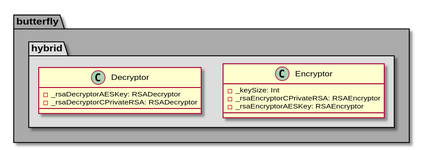
This is architecture/class_diagrams/crypto/hybrid.svg from bierschi/butterfly, a PlantUML export, as it was before one commit.
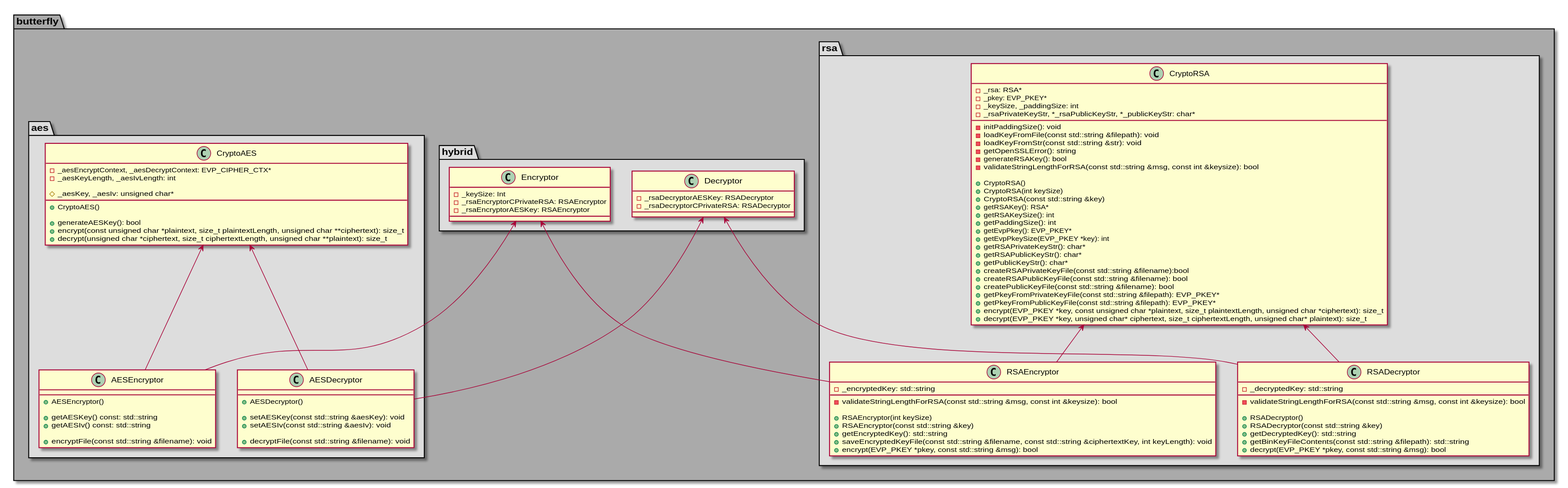
After the change.

Commit message:
Added new hybrid and rsa namespaces

Diff of the diagram source:
```diff
@@ -2,6 +2,115 @@
 
 package butterfly #AAAAAA
 {
+
+package aes #DDDDDD
+{
+
+class CryptoAES
+{
+    -_aesEncryptContext, _aesDecryptContext: EVP_CIPHER_CTX*
+    -_aesKeyLength, _aesIvLength: int
+
+    #_aesKey, _aesIv: unsigned char*
+
+    +CryptoAES()
+
+    +generateAESKey(): bool
+    +encrypt(const unsigned char *plaintext, size_t plaintextLength, unsigned char **ciphertext): size_t
+    +decrypt(unsigned char *ciphertext, size_t ciphertextLength, unsigned char **plaintext): size_t
+}
+
+class AESEncryptor
+{
+    +AESEncryptor()
+
+    +getAESKey() const: std::string
+    +getAESIv() const: std::string
+
+    +encryptFile(const std::string &filename): void
+
+}
+
+class AESDecryptor
+{
+    +AESDecryptor()
+
+    +setAESKey(const std::string &aesKey): void
+    +setAESIv(const std::string &aesIv): void
+
+    +decryptFile(const std::string &filename): void
+}
+
+CryptoAES <-- AESEncryptor
+CryptoAES <-- AESDecryptor
+}
+
+package rsa #DDDDDD
+{
+
+class CryptoRSA
+{
+    -_rsa: RSA*
+    -_pkey: EVP_PKEY*
+    -_keySize, _paddingSize: int
+    -_rsaPrivateKeyStr, *_rsaPublicKeyStr, *_publicKeyStr: char*
+
+    -initPaddingSize(): void
+    -loadKeyFromFile(const std::string &filepath): void
+    -loadKeyFromStr(const std::string &str): void
+    -getOpenSSLError(): string
+    -generateRSAKey(): bool
+    -validateStringLengthForRSA(const std::string &msg, const int &keysize): bool
+
+    +CryptoRSA()
+    +CryptoRSA(int keySize)
+    +CryptoRSA(const std::string &key)
+    +getRSAKey(): RSA*
+    +getRSAKeySize(): int
+    +getPaddingSize(): int
+    +getEvpPkey(): EVP_PKEY*
+    +getEvpPkeySize(EVP_PKEY *key): int
+    +getRSAPrivateKeyStr(): char*
+    +getRSAPublicKeyStr(): char*
+    +getPublicKeyStr(): char*
+    +createRSAPrivateKeyFile(const std::string &filename):bool
+    +createRSAPublicKeyFile(const std::string &filename): bool
+    +createPublicKeyFile(const std::string &filename): bool
+    +getPkeyFromPrivateKeyFile(const std::string &filepath): EVP_PKEY*
+    +getPkeyFromPublicKeyFile(const std::string &filepath): EVP_PKEY*
+    +encrypt(EVP_PKEY *key, const unsigned char *plaintext, size_t plaintextLength, unsigned char *ciphertext): size_t
+    +decrypt(EVP_PKEY *key, unsigned char* ciphertext, size_t ciphertextLength, unsigned char* plaintext): size_t
+}
+
+class RSAEncryptor
+{
+    -_encryptedKey: std::string
+
+    -validateStringLengthForRSA(const std::string &msg, const int &keysize): bool
+
+    +RSAEncryptor(int keySize)
+    +RSAEncryptor(const std::string &key)
+    +getEncryptedKey(): std::string
+    +saveEncryptedKeyFile(const std::string &filename, const std::string &ciphertextKey, int keyLength): void
+    +encrypt(EVP_PKEY *pkey, const std::string &msg): bool
+}
+
+class RSADecryptor
+{
+    -_decryptedKey: std::string
+    -validateStringLengthForRSA(const std::string &msg, const int &keysize): bool
+
+    +RSADecryptor()
+    +RSADecryptor(const std::string &key)
+    +getDecryptedKey(): std::string
+    +getBinKeyFileContents(const std::string &filepath): std::string
+    +decrypt(EVP_PKEY *pkey, const std::string &msg): bool
+}
+
+CryptoRSA <-- RSAEncryptor
+CryptoRSA <-- RSADecryptor
+
+}
 
 package hybrid #DDDDDD
 {
@@ -20,6 +129,12 @@
     -_rsaDecryptorCPrivateRSA: RSADecryptor
 }
 
+Encryptor <-- AESEncryptor
+Encryptor <-- RSAEncryptor
+
+Decryptor <-- AESDecryptor
+Decryptor <-- RSADecryptor
+
 }
 
 }
```
